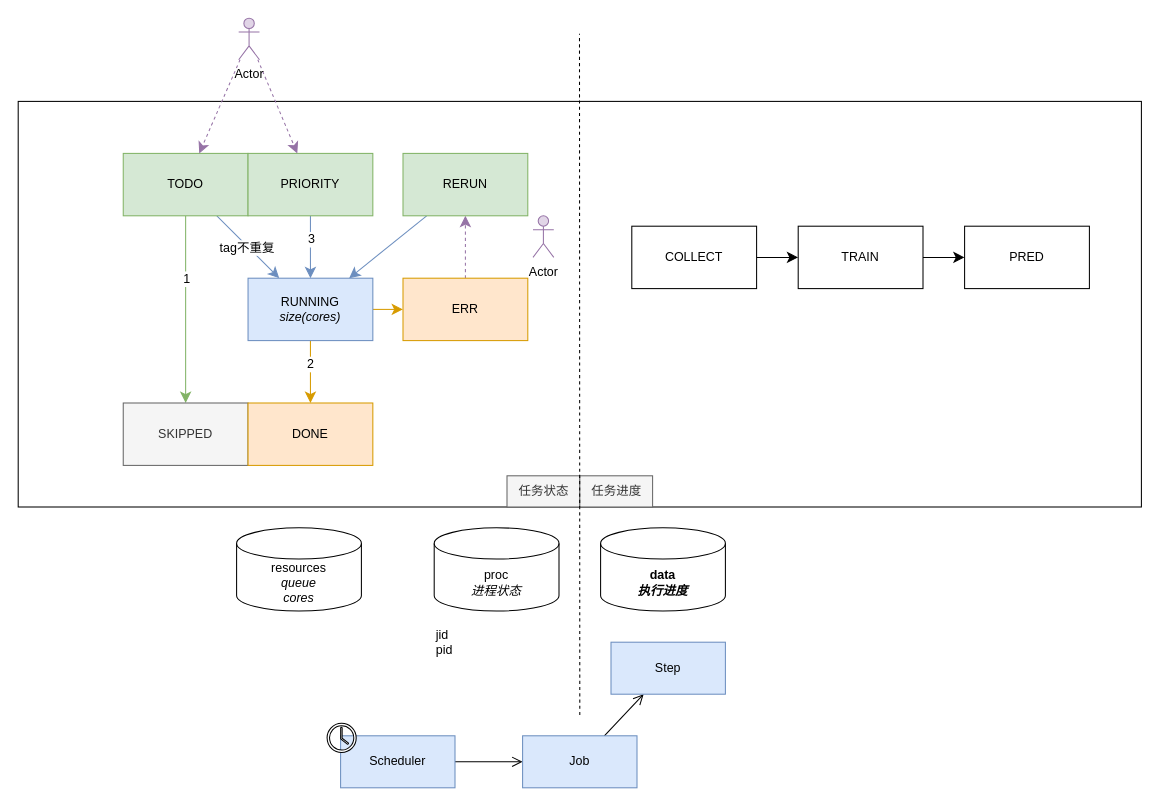
This is page "ppl2" (2 of 2) of tongdengfund/ppl_new.drawio from mistyeye11/drawio, a draw.io file, before an edit. Source tidied: cells renumbered, new cells numbered last; positions are measured from the earlier drawing's top-left corner, leaving out a move shared by most shapes. Both pictures are drawn from the tidied source at 104%, with x=0, y=0 at pixel (18, 18).
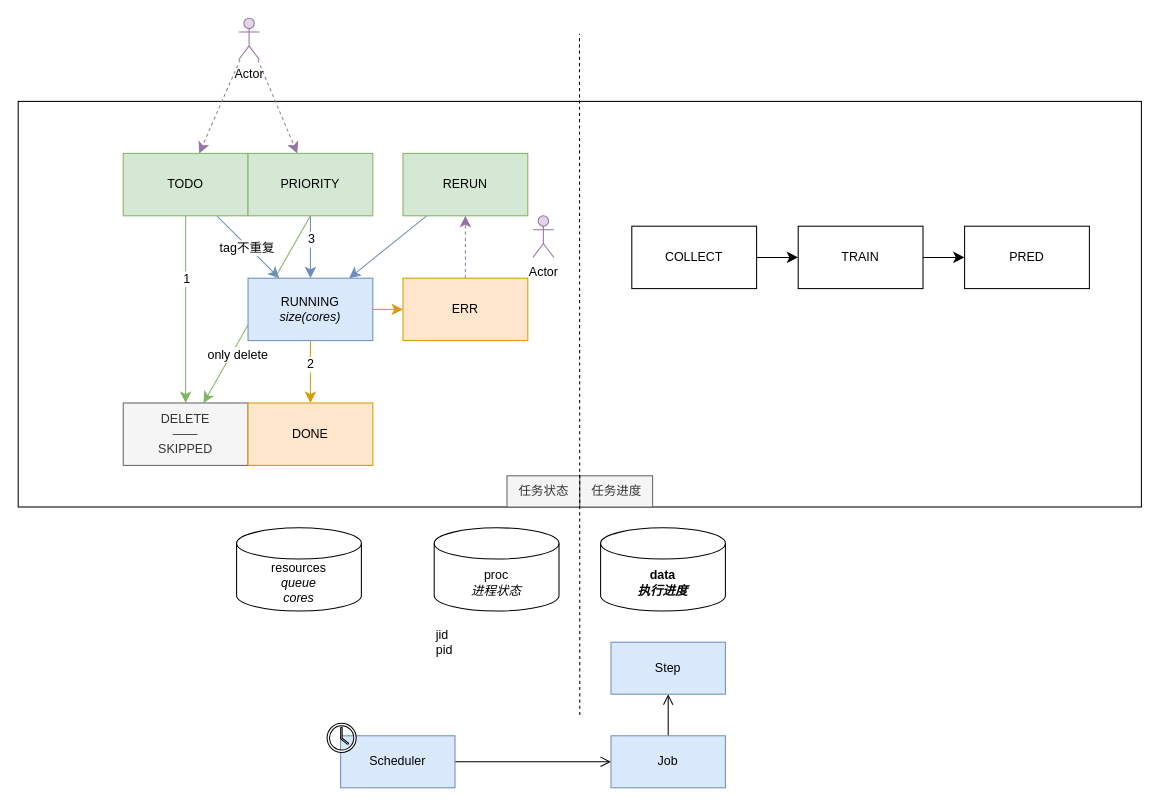
After the change.

The change refers to these unchanged cells:
```xml
<mxCell id="12" value="&lt;div&gt;PRIORITY&lt;/div&gt;" style="rounded=0;whiteSpace=wrap;html=1;fillColor=#d5e8d4;strokeColor=#82b366;" parent="1" vertex="1">
  <mxGeometry x="221" y="130" width="120" height="60" as="geometry" />
</mxCell>
```

The edit, as a diff of the source:
```diff
@@
+    <mxCell id="45" style="edgeStyle=none;curved=1;rounded=0;jettySize=auto;html=1;exitX=0.5;exitY=1;exitDx=0;exitDy=0;fontSize=12;startSize=8;endSize=8;fillColor=#d5e8d4;strokeColor=#82b366;" parent="1" edge="1" source="12" target="21">
+      <mxGeometry relative="1" as="geometry" />
+    </mxCell>
+    <mxCell id="46" value="only delete" style="edgeLabel;html=1;align=center;verticalAlign=middle;fontSize=12;" parent="45" vertex="1">
+      <mxGeometry x="0.46" y="5" relative="1" as="geometry" />
+    </mxCell>
@@
-    <mxCell id="21" value="SKIPPED" style="rounded=0;whiteSpace=wrap;html=1;fillColor=#f5f5f5;strokeColor=#666666;fontColor=#333333;" parent="1" vertex="1">
+    <mxCell id="21" value="&lt;div&gt;DELETE&lt;/div&gt;&lt;div&gt;——&lt;br&gt;&lt;/div&gt;&lt;div&gt;SKIPPED&lt;/div&gt;" style="rounded=0;whiteSpace=wrap;html=1;fillColor=#f5f5f5;strokeColor=#666666;fontColor=#333333;" parent="1" vertex="1">
       <mxGeometry x="101" y="370" width="120" height="60" as="geometry" />
     </mxCell>
@@
-    <mxCell id="43" style="endArrow=none;dashed=1;html=1;rounded=0;fontFamily=Helvetica;fontSize=12;fontColor=default;startSize=8;endSize=8;curved=1;" parent="1" edge="1" target="44">
-      <mxGeometry relative="1" as="geometry">
-        <mxPoint x="540" y="740" as="sourcePoint" />
-      </mxGeometry>
-    </mxCell>
     <mxCell id="44" value="Job" style="whiteSpace=wrap;html=1;align=center;rounded=0;verticalAlign=middle;fontFamily=Helvetica;fontSize=12;fillColor=#dae8fc;strokeColor=#6c8ebf;" parent="1" vertex="1">
-      <mxGeometry x="485" y="690" width="110" height="50" as="geometry" />
+      <mxGeometry x="570" y="690" width="110" height="50" as="geometry" />
     </mxCell>
```
